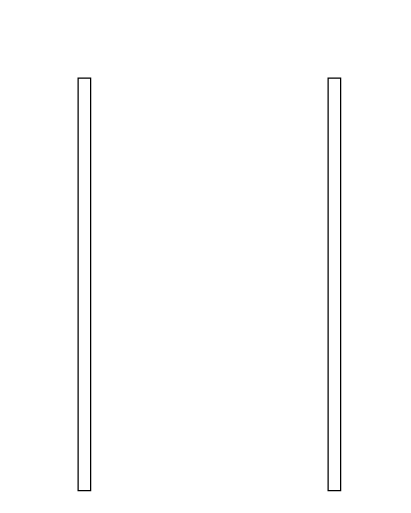
Above: 未命名绘图.drawio in yuzai/- (draw.io), before the change. Source tidied: cells renumbered, new cells numbered last; positions are measured from the earlier drawing's top-left corner, leaving out a move shared by most shapes. Both pictures are drawn from the tidied source at 125%, with x=0, y=0 at pixel (78, 78).
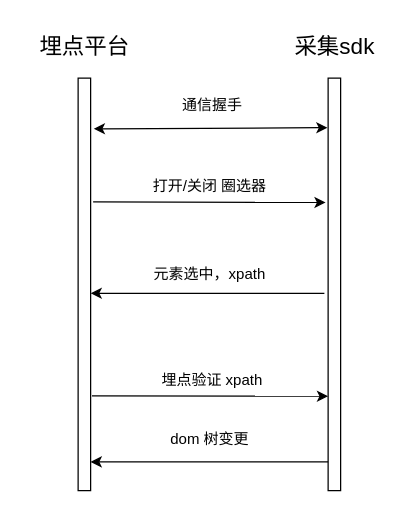
The same page after the edit.

Commit message:
更新未命名绘图.drawio

The change refers to these unchanged cells:
```xml
<mxCell id="2" style="html=1;points=[];perimeter=orthogonalPerimeter;" parent="1" vertex="1">
  <mxGeometry width="10" height="330" as="geometry" />
</mxCell>
<mxCell id="3" style="html=1;points=[];perimeter=orthogonalPerimeter;" parent="1" vertex="1">
  <mxGeometry x="200" width="10" height="330" as="geometry" />
</mxCell>
```

Change to the diagram source:
```diff
@@
+    <mxCell id="4" value="埋点平台" style="text;html=1;align=center;verticalAlign=middle;strokeColor=none;fillColor=none;fontSize=18;" parent="1" vertex="1">
+      <mxGeometry x="-45" y="-45" width="100" height="40" as="geometry" />
+    </mxCell>
+    <mxCell id="5" value="采集sdk" style="text;html=1;align=center;verticalAlign=middle;strokeColor=none;fillColor=none;fontSize=18;" parent="1" vertex="1">
+      <mxGeometry x="160" y="-45" width="90" height="40" as="geometry" />
+    </mxCell>
+    <mxCell id="6" style="endArrow=classic;html=1;rounded=0;fontSize=18;exitX=1.2;exitY=0.133;exitDx=0;exitDy=0;exitPerimeter=0;entryX=-0.2;entryY=0.135;entryDx=0;entryDy=0;entryPerimeter=0;" parent="1" edge="1">
+      <mxGeometry relative="1" as="geometry">
+        <mxPoint x="12" y="98.9" as="sourcePoint" />
+        <mxPoint x="198" y="99.5" as="targetPoint" />
+      </mxGeometry>
+    </mxCell>
+    <mxCell id="7" value="&lt;span style=&quot;font-size: 12px;&quot;&gt;打开/关闭 圈选器&lt;/span&gt;" style="text;html=1;align=center;verticalAlign=middle;strokeColor=none;fillColor=none;fontSize=18;" parent="1" vertex="1">
+      <mxGeometry x="50" y="65" width="110" height="40" as="geometry" />
+    </mxCell>
+    <mxCell id="8" style="endArrow=classic;html=1;rounded=0;fontSize=12;entryX=1;entryY=0.355;entryDx=0;entryDy=0;entryPerimeter=0;exitX=-0.3;exitY=0.355;exitDx=0;exitDy=0;exitPerimeter=0;" parent="1" edge="1">
+      <mxGeometry relative="1" as="geometry">
+        <mxPoint x="197" y="172.1" as="sourcePoint" />
+        <mxPoint x="10" y="172.1" as="targetPoint" />
+      </mxGeometry>
+    </mxCell>
+    <mxCell id="9" value="&lt;span style=&quot;font-size: 12px;&quot;&gt;元素选中，xpath&lt;/span&gt;" style="text;html=1;align=center;verticalAlign=middle;strokeColor=none;fillColor=none;fontSize=18;" parent="1" vertex="1">
+      <mxGeometry x="50" y="135" width="110" height="40" as="geometry" />
+    </mxCell>
+    <mxCell id="10" style="endArrow=classic;html=1;rounded=0;fontSize=12;entryX=1.041;entryY=0.818;entryDx=0;entryDy=0;entryPerimeter=0;" parent="1" edge="1">
+      <mxGeometry relative="1" as="geometry">
+        <mxPoint x="200" y="307" as="sourcePoint" />
+        <mxPoint x="10.4" y="306.9" as="targetPoint" />
+        <Array as="points">
+          <mxPoint x="10" y="307" />
+        </Array>
+      </mxGeometry>
+    </mxCell>
+    <mxCell id="11" value="&lt;span style=&quot;font-size: 12px;&quot;&gt;dom 树变更&lt;/span&gt;" style="text;html=1;align=center;verticalAlign=middle;strokeColor=none;fillColor=none;fontSize=18;" parent="1" vertex="1">
+      <mxGeometry x="60" y="267" width="90" height="40" as="geometry" />
+    </mxCell>
+    <mxCell id="12" style="endArrow=classic;html=1;rounded=0;fontSize=18;exitX=1.11;exitY=0.77;exitDx=0;exitDy=0;exitPerimeter=0;entryX=-0.2;entryY=0.135;entryDx=0;entryDy=0;entryPerimeter=0;" parent="1" edge="1" source="2">
+      <mxGeometry relative="1" as="geometry">
+        <mxPoint x="200" y="254.5" as="targetPoint" />
+      </mxGeometry>
+    </mxCell>
+    <mxCell id="13" value="&lt;span style=&quot;font-size: 12px;&quot;&gt;埋点验证 xpath&lt;/span&gt;" style="text;html=1;align=center;verticalAlign=middle;strokeColor=none;fillColor=none;fontSize=18;" parent="1" vertex="1">
+      <mxGeometry x="57" y="220" width="100" height="40" as="geometry" />
+    </mxCell>
+    <mxCell id="14" style="endArrow=classic;startArrow=classic;html=1;rounded=0;fontSize=12;exitX=1.25;exitY=0.123;exitDx=0;exitDy=0;exitPerimeter=0;entryX=-0.05;entryY=0.12;entryDx=0;entryDy=0;entryPerimeter=0;" parent="1" edge="1" source="2" target="3">
+      <mxGeometry relative="1" as="geometry" />
+    </mxCell>
+    <mxCell id="15" value="&lt;span style=&quot;font-size: 12px;&quot;&gt;通信握手&lt;/span&gt;" style="text;html=1;align=center;verticalAlign=middle;strokeColor=none;fillColor=none;fontSize=18;" parent="1" vertex="1">
+      <mxGeometry x="72" width="70" height="40" as="geometry" />
+    </mxCell>
```
